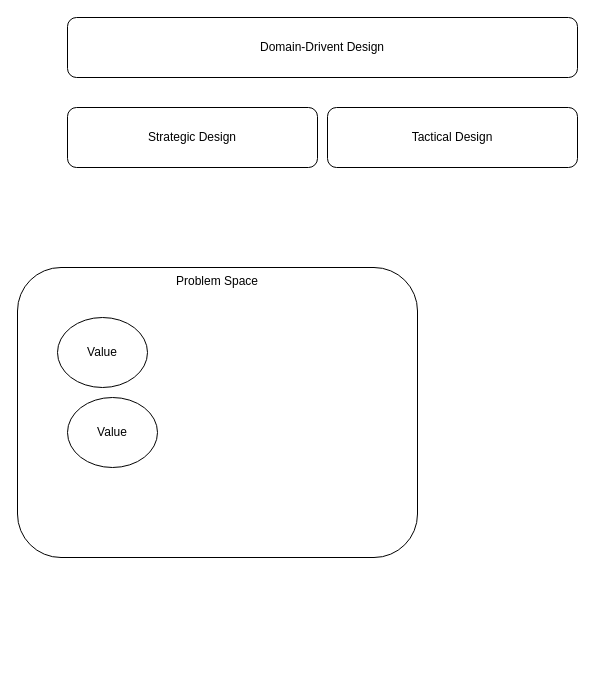
This is books/DDD/DDD-MAP.drawio from chavp/data-modeling, a draw.io file, before an edit. Source tidied: cells renumbered, new cells numbered last; positions are measured from the earlier drawing's top-left corner, leaving out a move shared by most shapes. Both pictures are drawn from the tidied source at 100%, with x=0, y=0 at pixel (17, 17).
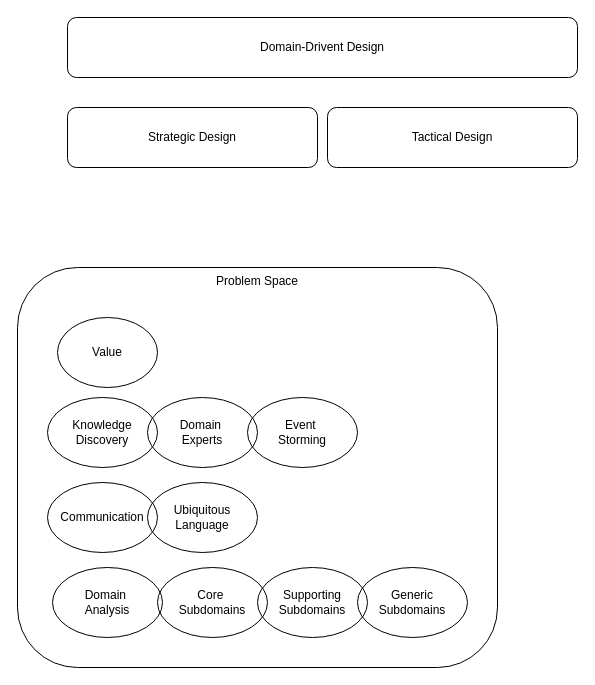
The same page after the edit.

What changed in the source:
```diff
@@
 <mxGraphModel>
   <root>
     <mxCell id="0" />
     <mxCell id="1" parent="0" />
     <mxCell id="2" value="Strategic Design" style="rounded=1;whiteSpace=wrap;html=1;" parent="1" vertex="1">
       <mxGeometry x="50" y="90" width="250" height="60" as="geometry" />
     </mxCell>
     <mxCell id="3" value="Tactical Design" style="rounded=1;whiteSpace=wrap;html=1;" parent="1" vertex="1">
       <mxGeometry x="310" y="90" width="250" height="60" as="geometry" />
     </mxCell>
     <mxCell id="4" value="Problem Space" style="rounded=1;whiteSpace=wrap;html=1;verticalAlign=top;" parent="1" vertex="1">
-      <mxGeometry y="250" width="400" height="290" as="geometry" />
+      <mxGeometry y="250" width="480" height="400" as="geometry" />
     </mxCell>
     <mxCell id="5" value="Value" style="ellipse;whiteSpace=wrap;html=1;" parent="1" vertex="1">
-      <mxGeometry x="40" y="300" width="90" height="70" as="geometry" />
+      <mxGeometry x="40" y="300" width="100" height="70" as="geometry" />
     </mxCell>
-    <mxCell id="6" value="Value" style="ellipse;whiteSpace=wrap;html=1;" parent="1" vertex="1">
-      <mxGeometry x="50" y="380" width="90" height="70" as="geometry" />
+    <mxCell id="6" value="Knowledge Discovery" style="ellipse;whiteSpace=wrap;html=1;fillColor=none;" parent="1" vertex="1">
+      <mxGeometry x="30" y="380" width="110" height="70" as="geometry" />
     </mxCell>
     <mxCell id="7" value="Domain-Drivent Design" style="rounded=1;whiteSpace=wrap;html=1;" parent="1" vertex="1">
       <mxGeometry x="50" width="510" height="60" as="geometry" />
     </mxCell>
+    <mxCell id="8" value="Domain&amp;nbsp;&lt;div&gt;Experts&lt;/div&gt;" style="ellipse;whiteSpace=wrap;html=1;fillColor=none;" parent="1" vertex="1">
+      <mxGeometry x="130" y="380" width="110" height="70" as="geometry" />
+    </mxCell>
+    <mxCell id="9" value="Event&amp;nbsp;&lt;div&gt;Storming&lt;/div&gt;" style="ellipse;whiteSpace=wrap;html=1;fillColor=none;" parent="1" vertex="1">
+      <mxGeometry x="230" y="380" width="110" height="70" as="geometry" />
+    </mxCell>
+    <mxCell id="10" value="Communication" style="ellipse;whiteSpace=wrap;html=1;fillColor=none;" parent="1" vertex="1">
+      <mxGeometry x="30" y="465" width="110" height="70" as="geometry" />
+    </mxCell>
+    <mxCell id="11" value="Ubiquitous Language" style="ellipse;whiteSpace=wrap;html=1;fillColor=none;" parent="1" vertex="1">
+      <mxGeometry x="130" y="465" width="110" height="70" as="geometry" />
+    </mxCell>
+    <mxCell id="12" value="Domain&amp;nbsp;&lt;div&gt;Analysis&lt;/div&gt;" style="ellipse;whiteSpace=wrap;html=1;fillColor=none;" parent="1" vertex="1">
+      <mxGeometry x="35" y="550" width="110" height="70" as="geometry" />
+    </mxCell>
+    <mxCell id="13" value="Core&amp;nbsp;&lt;div&gt;Subdomains&lt;/div&gt;" style="ellipse;whiteSpace=wrap;html=1;fillColor=none;" parent="1" vertex="1">
+      <mxGeometry x="140" y="550" width="110" height="70" as="geometry" />
+    </mxCell>
+    <mxCell id="14" value="Supporting&lt;div&gt;Subdomains&lt;/div&gt;" style="ellipse;whiteSpace=wrap;html=1;fillColor=none;" parent="1" vertex="1">
+      <mxGeometry x="240" y="550" width="110" height="70" as="geometry" />
+    </mxCell>
+    <mxCell id="15" value="Generic&lt;div&gt;Subdomains&lt;/div&gt;" style="ellipse;whiteSpace=wrap;html=1;fillColor=none;" parent="1" vertex="1">
+      <mxGeometry x="340" y="550" width="110" height="70" as="geometry" />
+    </mxCell>
   </root>
 </mxGraphModel>
```
